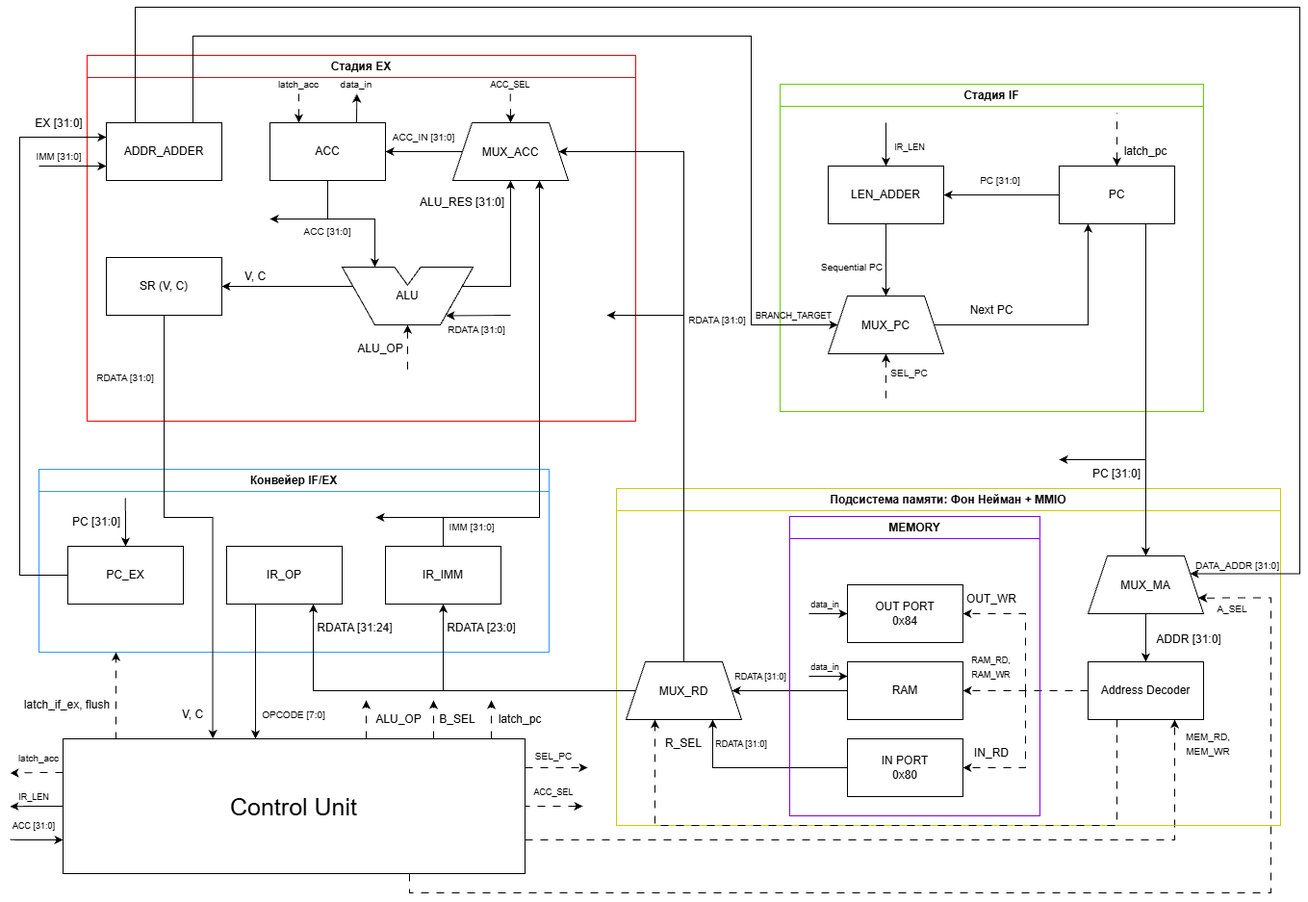
Above: acc32-neumann-pipeline-2.png in dvaliullin/CSA-lab3-scheme (draw.io), before the change. Source tidied: cells renumbered, new cells last; positions are measured from the earlier drawing's top-left corner, leaving out a move shared by most shapes.
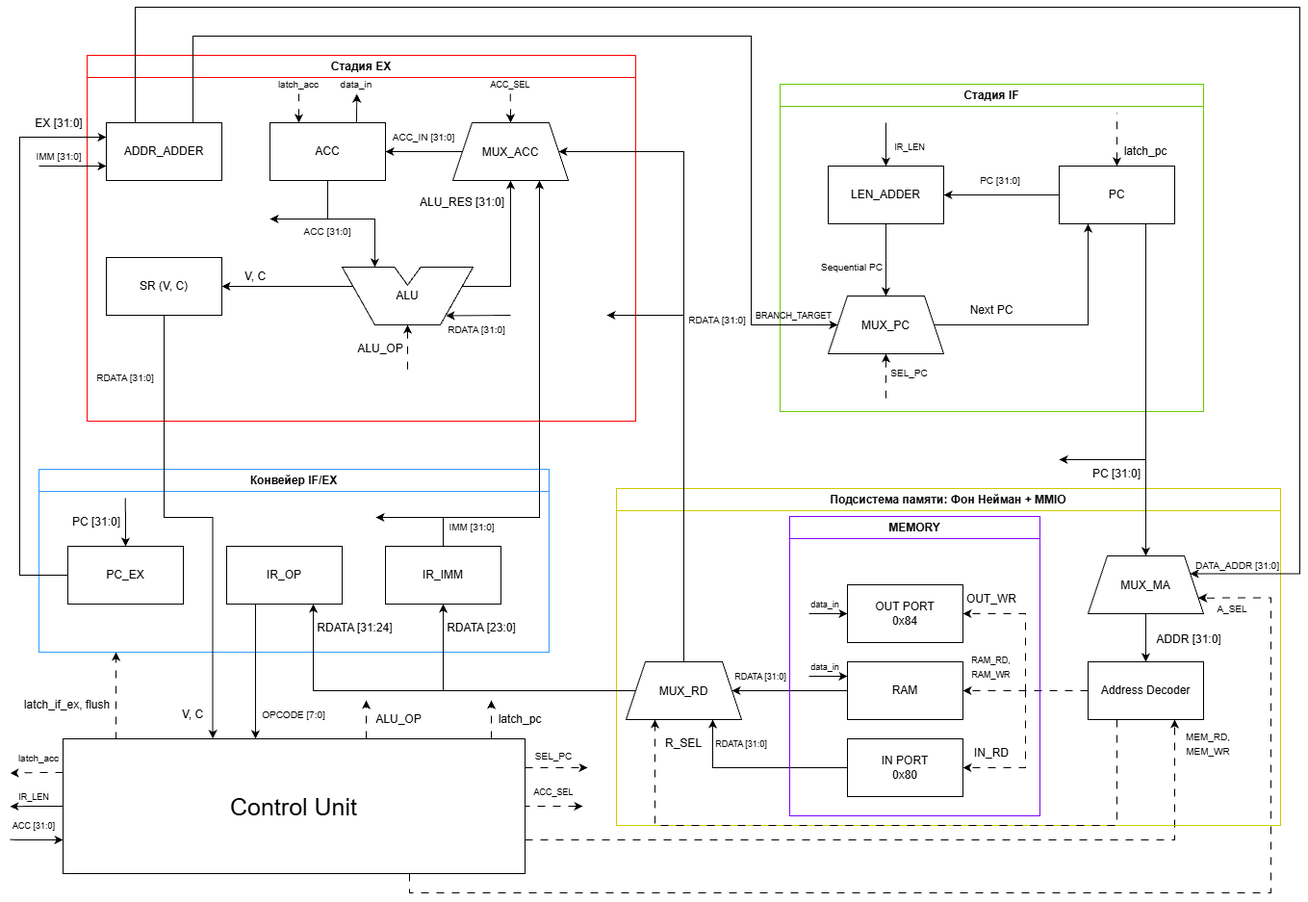
After the change.

What changed in the source:
```diff
@@ -424,9 +424,6 @@
     <mxCell id="107" value="&lt;font style=&quot;font-size: 9px;&quot;&gt;ACC_SEL&lt;/font&gt;" style="text;html=1;whiteSpace=wrap;strokeColor=none;fillColor=none;align=center;verticalAlign=middle;rounded=0;" parent="1" vertex="1">
       <mxGeometry x="545" y="800" width="60" height="30" as="geometry" />
     </mxCell>
-    <mxCell id="108" value="&lt;font&gt;B_SEL&lt;/font&gt;" style="text;html=1;whiteSpace=wrap;strokeColor=none;fillColor=none;align=center;verticalAlign=middle;rounded=0;" parent="1" vertex="1">
-      <mxGeometry x="450" y="730" width="50" height="20" as="geometry" />
-    </mxCell>
     <mxCell id="109" value="latch_if_ex, flush" style="text;html=1;whiteSpace=wrap;strokeColor=none;fillColor=none;align=center;verticalAlign=middle;rounded=0;" parent="1" vertex="1">
       <mxGeometry x="20" y="710" width="99" height="30" as="geometry" />
     </mxCell>
@@ -442,12 +439,6 @@
         <mxPoint x="380" y="720" as="targetPoint" />
       </mxGeometry>
     </mxCell>
-    <mxCell id="112" style="endArrow=classic;html=1;rounded=0;defaultLabelBackgroundColor=gap;dashed=1;dashPattern=8 8;" parent="1" edge="1">
-      <mxGeometry relative="1" as="geometry">
-        <mxPoint x="450" y="760" as="sourcePoint" />
-        <mxPoint x="450" y="720" as="targetPoint" />
-      </mxGeometry>
-    </mxCell>
     <mxCell id="113" value="&lt;font&gt;ALU_OP&lt;/font&gt;" style="text;html=1;whiteSpace=wrap;strokeColor=none;fillColor=none;align=center;verticalAlign=middle;rounded=0;" parent="1" vertex="1">
       <mxGeometry x="384" y="725" width="60" height="30" as="geometry" />
     </mxCell>
```
